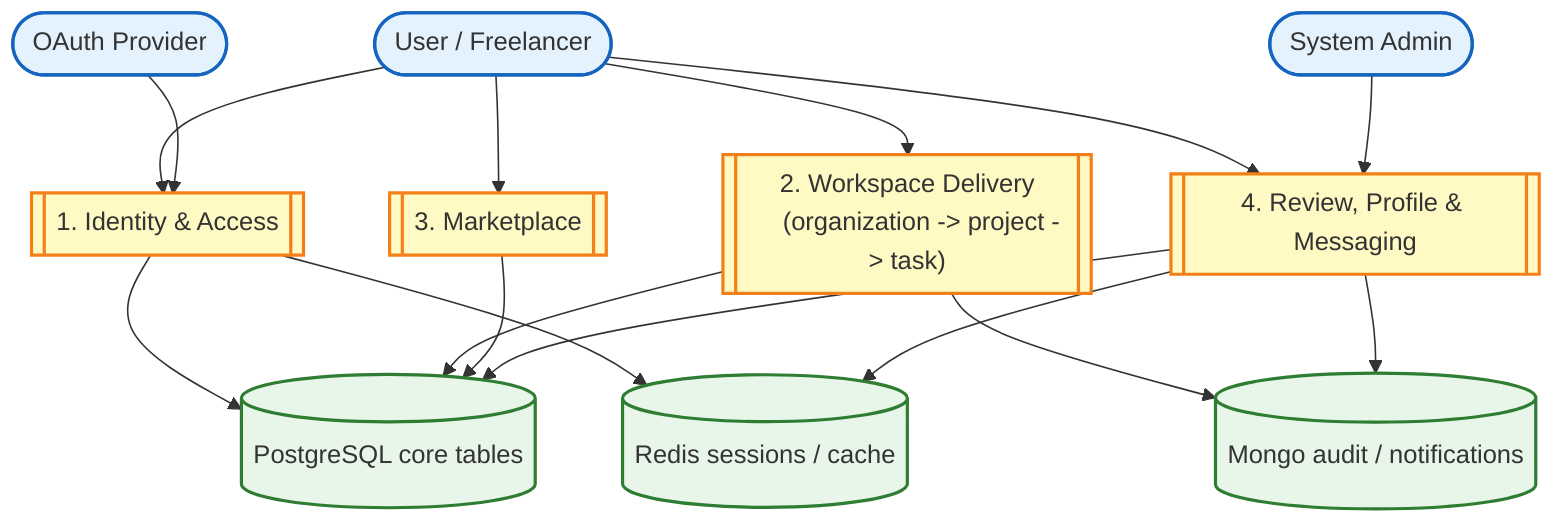
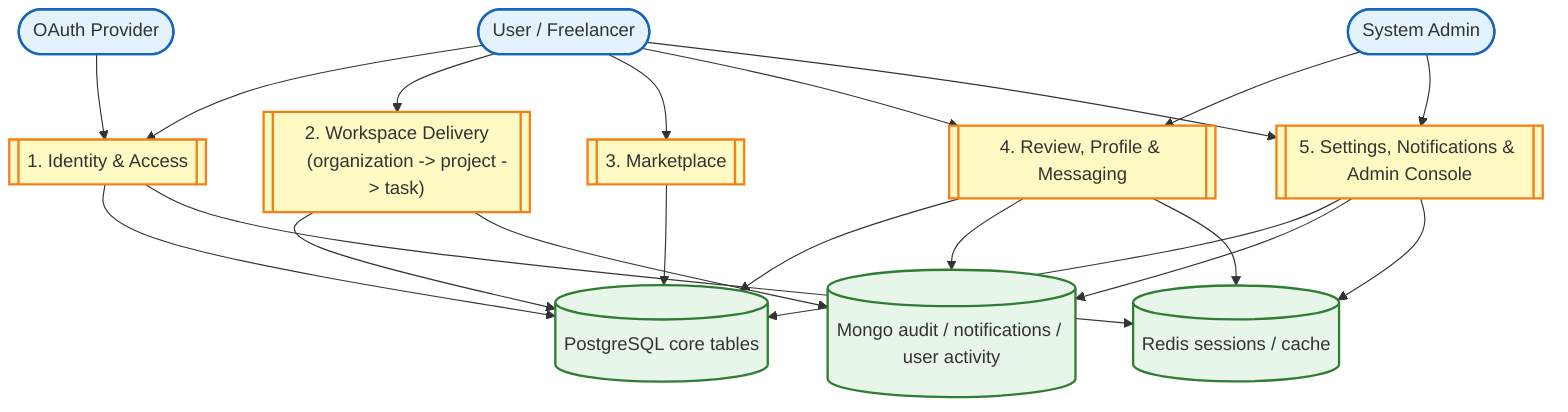
%% DFD 01 — Main Overview (Level 1)
%% Scope: Entire platform overview only.
- %% Principle: keep Level 1 readable; detailed domains live in dfd_02..dfd_05.
+ %% Principle: keep Level 1 readable; detailed domains live in dfd_02..dfd_06.

flowchart TD
    User([User / Freelancer])
    Admin([System Admin])
    OAuth([OAuth Provider])

    P1[["1. Identity & Access"]]
    P2[["2. Workspace Delivery
    (organization -> project -> task)"]]
    P3[["3. Marketplace"]]
    P4[["4. Review, Profile & Messaging"]]
+     P5[["5. Settings, Notifications & Admin Console"]]

    D1[(PostgreSQL core tables)]
-     D2[(Mongo audit / notifications)]
+     D2[(Mongo audit / notifications / user activity)]
    D3[(Redis sessions / cache)]

    User --> P1
    OAuth --> P1
    User --> P2
    User --> P3
    User --> P4
    Admin --> P4
+     User --> P5
+     Admin --> P5

    P1 --> D1
    P1 --> D3
    P2 --> D1
    P2 --> D2
    P3 --> D1
    P4 --> D1
    P4 --> D2
    P4 --> D3
+     P5 --> D1
+     P5 --> D2
+     P5 --> D3

    classDef entity fill:#E3F2FD,stroke:#1565C0,color:#333,stroke-width:2px
    classDef process fill:#FFF9C4,stroke:#F57F17,color:#333,stroke-width:2px
    classDef datastore fill:#E8F5E9,stroke:#2E7D32,color:#333,stroke-width:2px
    class User,Admin,OAuth entity
-     class P1,P2,P3,P4 process
+     class P1,P2,P3,P4,P5 process
    class D1,D2,D3 datastore
